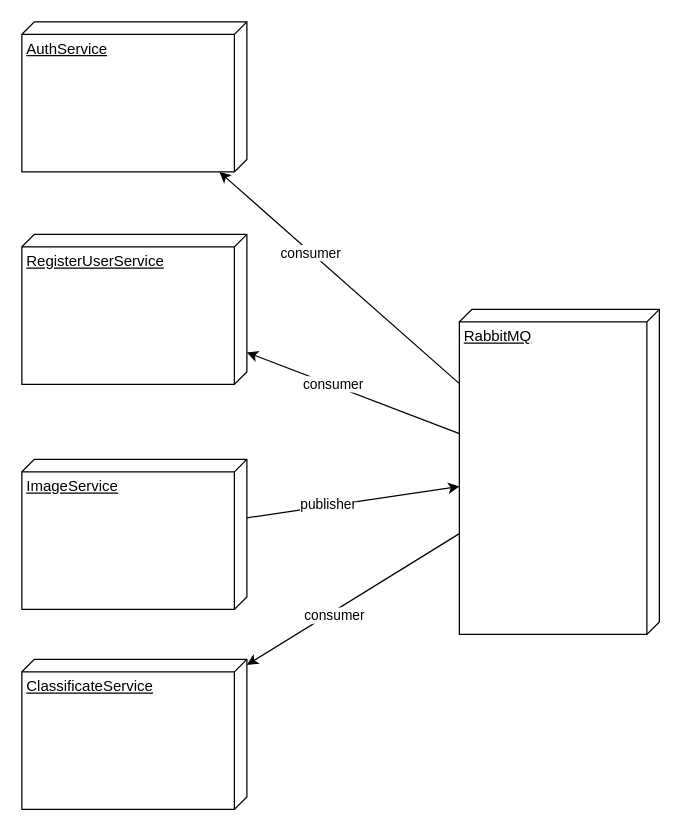
4-ANO-COMP-IMT/IntelliJIDEAUltimate keeps this draw.io diagram as on_image.drawio. Above is the earlier version. Source tidied: cells renumbered, new cells numbered last; positions are measured from the earlier drawing's top-left corner, leaving out a move shared by most shapes. Both pictures are drawn from the tidied source at 125%, with x=0, y=0 at pixel (21, -10).
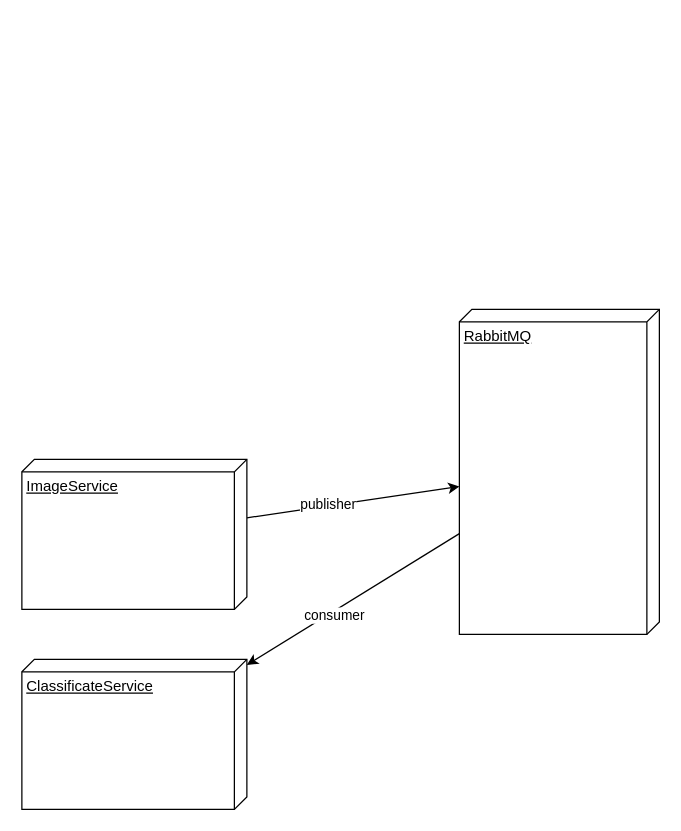
The same diagram, later.

Unchanged cells that the change refers to:
```xml
<mxCell id="16" value="RabbitMQ" style="verticalAlign=top;align=left;spacingTop=8;spacingLeft=2;spacingRight=12;shape=cube;size=10;direction=south;fontStyle=4;html=1;" parent="1" vertex="1">
  <mxGeometry x="350" y="255" width="160" height="260" as="geometry" />
</mxCell>
```

What changed in the source:
```diff
@@
-    <mxCell id="2" value="AuthService" style="verticalAlign=top;align=left;spacingTop=8;spacingLeft=2;spacingRight=12;shape=cube;size=10;direction=south;fontStyle=4;html=1;" parent="1" vertex="1">
-      <mxGeometry y="25" width="180" height="120" as="geometry" />
-    </mxCell>
-    <mxCell id="3" value="RegisterUserService" style="verticalAlign=top;align=left;spacingTop=8;spacingLeft=2;spacingRight=12;shape=cube;size=10;direction=south;fontStyle=4;html=1;" parent="1" vertex="1">
-      <mxGeometry y="195" width="180" height="120" as="geometry" />
-    </mxCell>
@@
-    <mxCell id="12" style="edgeStyle=none;html=1;" parent="1" edge="1" source="16" target="3">
-      <mxGeometry relative="1" as="geometry" />
-    </mxCell>
-    <mxCell id="13" value="consumer" style="edgeLabel;html=1;align=center;verticalAlign=middle;" parent="12" vertex="1">
-      <mxGeometry x="0.19" y="-1" relative="1" as="geometry">
-        <mxPoint x="-1" as="offset" />
-      </mxGeometry>
-    </mxCell>
-    <mxCell id="14" style="edgeStyle=none;html=1;" parent="1" edge="1" source="16" target="2">
-      <mxGeometry relative="1" as="geometry" />
-    </mxCell>
-    <mxCell id="15" value="consumer" style="edgeLabel;html=1;align=center;verticalAlign=middle;" parent="14" vertex="1">
-      <mxGeometry x="0.24" relative="1" as="geometry" />
-    </mxCell>
```
